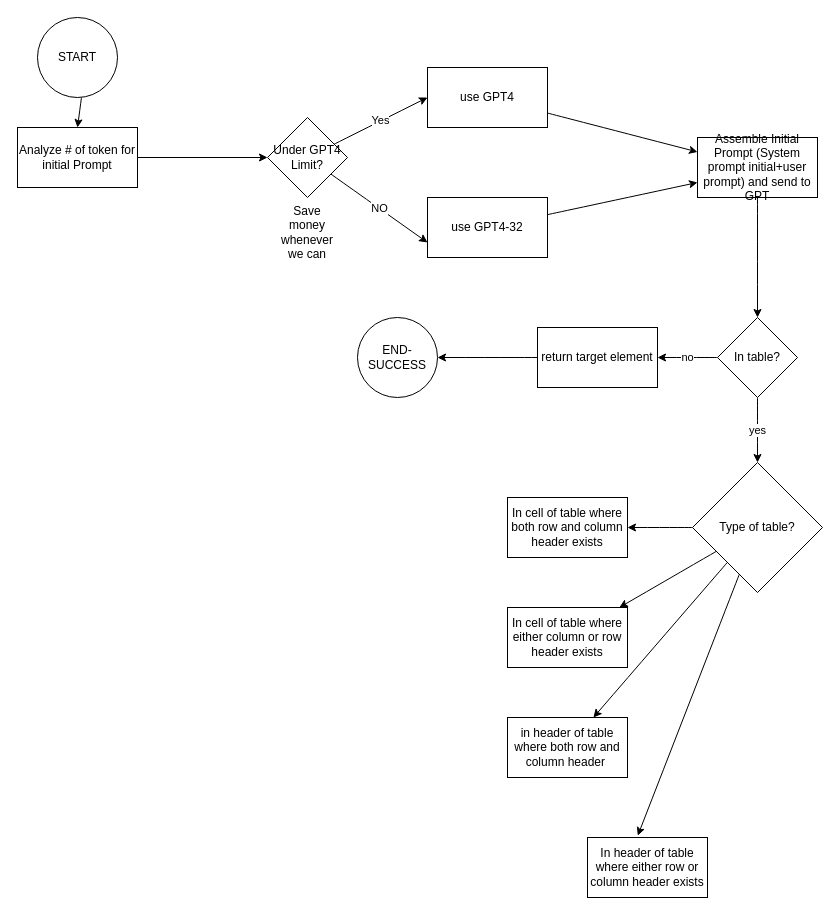
3wweiweiwu/recordwright-healing keeps this draw.io diagram as page "Page-1" (1 of 4) of doc/prompt/element-identification/element-identification.drawio. Above is the earlier version. Source tidied: cells renumbered, new cells numbered last; positions are measured from the earlier drawing's top-left corner, leaving out a move shared by most shapes. Both pictures are drawn from the tidied source at 100%, with x=0, y=0 at pixel (17, 17).
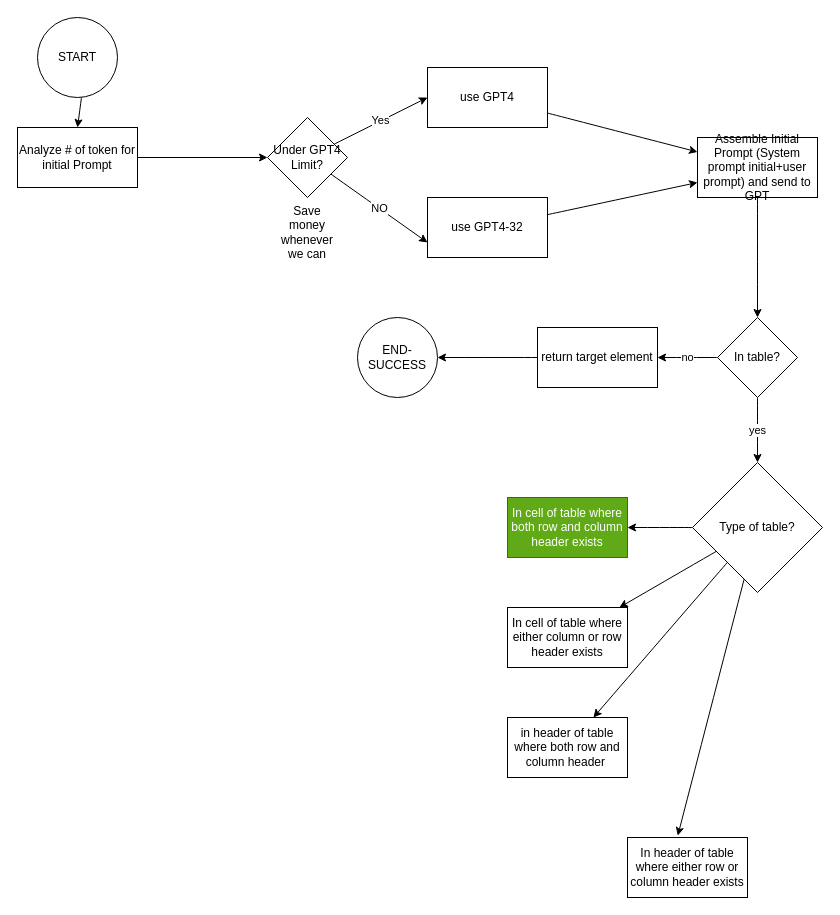
Above is the later version.

The edit, as a diff of the source:
```diff
@@
-    <mxCell id="28" value="In cell of table where both row and column header exists" style="whiteSpace=wrap;html=1;" parent="1" vertex="1">
+    <mxCell id="28" value="In cell of table where both row and column header exists" style="whiteSpace=wrap;html=1;fillColor=#60a917;fontColor=#ffffff;strokeColor=#2D7600;" parent="1" vertex="1">
       <mxGeometry x="490" y="480" width="120" height="60" as="geometry" />
     </mxCell>
@@
     <mxCell id="31" value="In header of table where either row or column header exists" style="whiteSpace=wrap;html=1;" parent="1" vertex="1">
-      <mxGeometry x="570" y="820" width="120" height="60" as="geometry" />
+      <mxGeometry x="610" y="820" width="120" height="60" as="geometry" />
     </mxCell>
```
